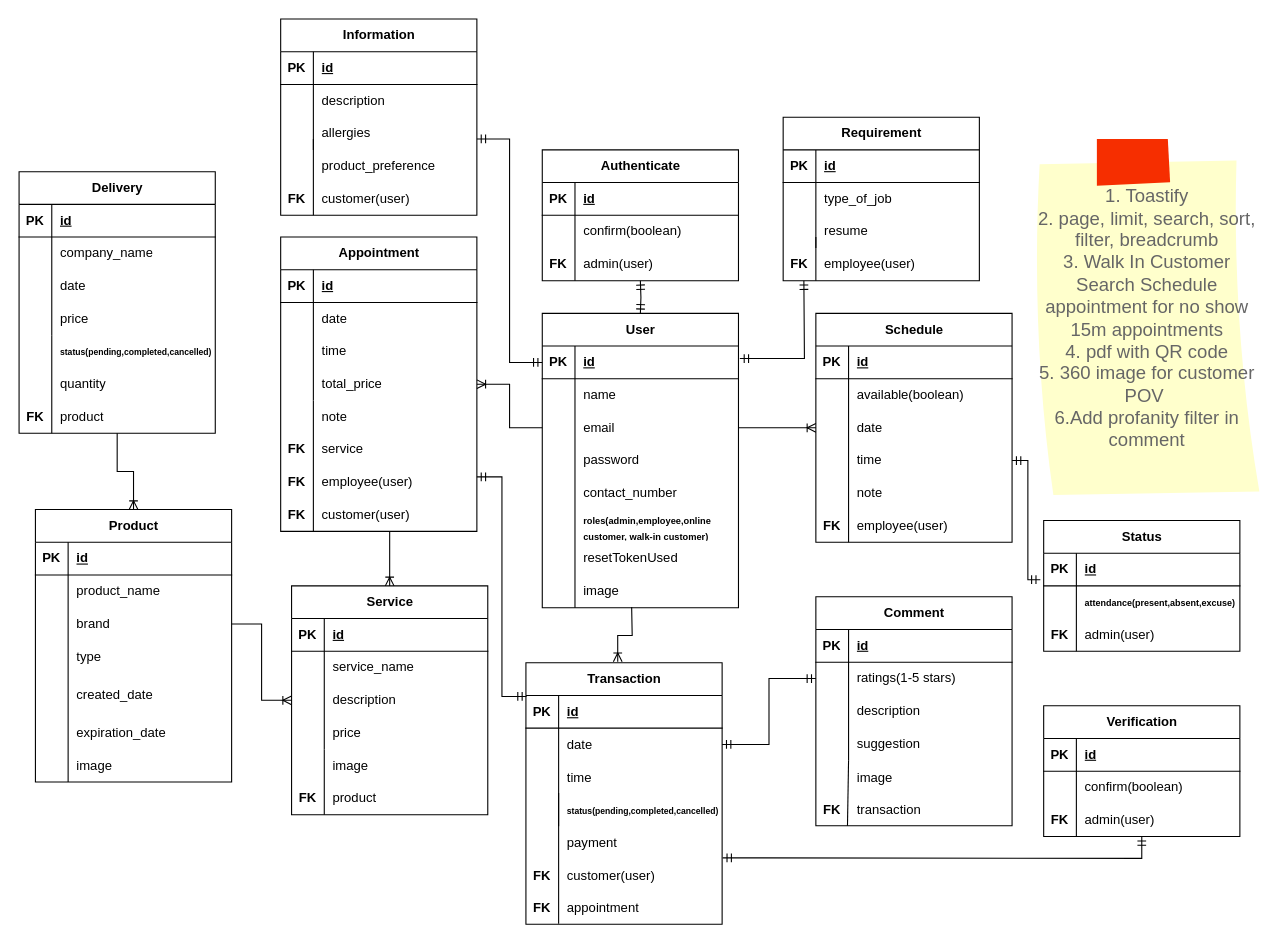
GabTheGreat25/Salon-Api keeps this draw.io diagram as erd/Salon-Erd.drawio. Above is the earlier version. Source tidied: cells renumbered, new cells numbered last; positions are measured from the earlier drawing's top-left corner, leaving out a move shared by most shapes. Both pictures are drawn from the tidied source at 109%, with x=0, y=0 at pixel (19, 19).
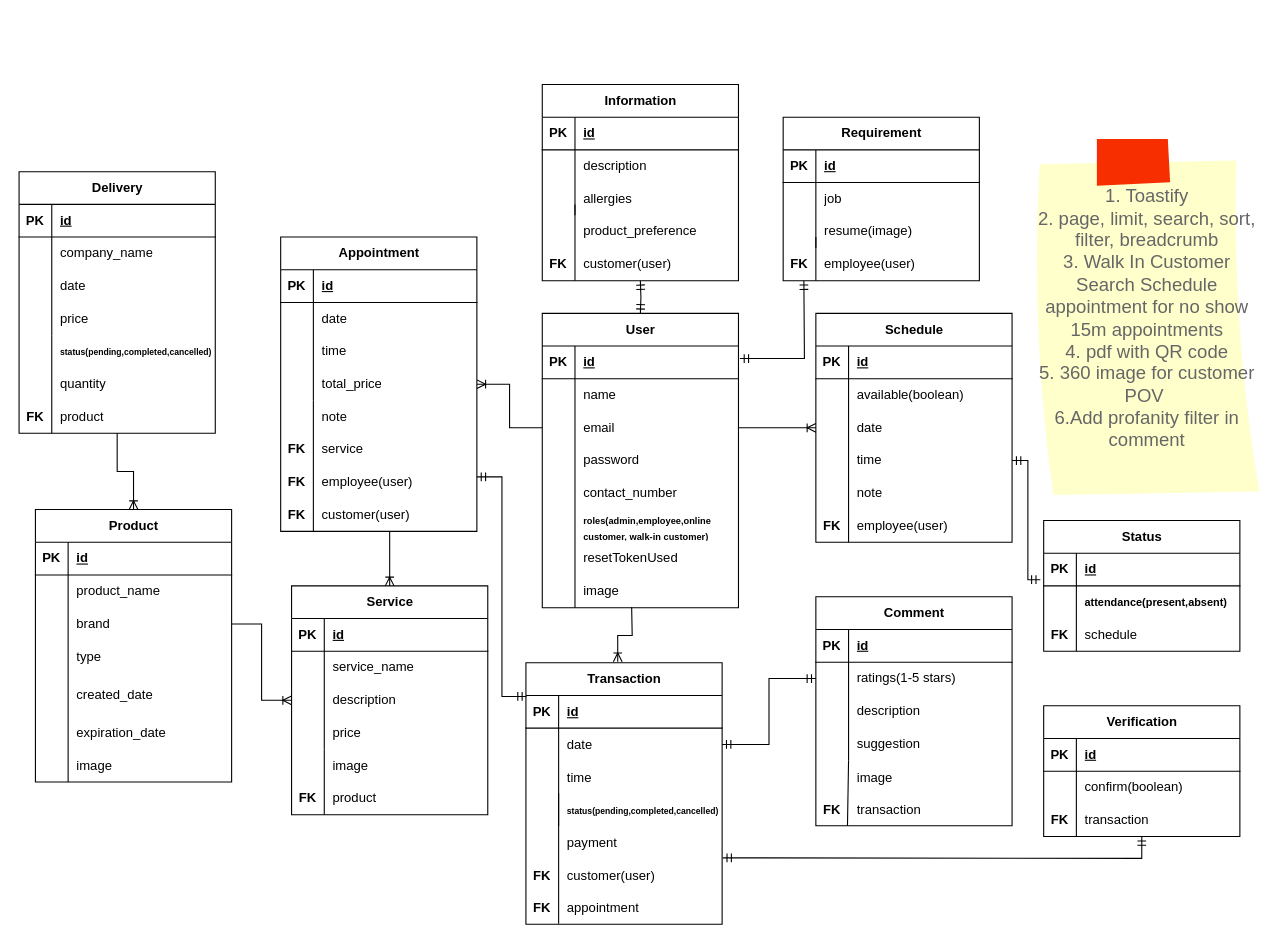
The same page after the edit.

The change refers to these unchanged cells:
```xml
<mxCell id="3" style="shape=tableRow;horizontal=0;startSize=0;swimlaneHead=0;swimlaneBody=0;fillColor=none;points=[[0,0.5],[1,0.5]];portConstraint=eastwest;top=0;left=0;right=0;bottom=1;" parent="2" vertex="1">
  <mxGeometry y="30" width="180" height="30" as="geometry" />
</mxCell>
<mxCell id="166" style="shape=tableRow;horizontal=0;startSize=0;swimlaneHead=0;swimlaneBody=0;fillColor=none;top=0;left=0;right=0;bottom=0;" parent="162" vertex="1">
  <mxGeometry y="60" width="180" height="30" as="geometry" />
</mxCell>
<mxCell id="194" style="shape=tableRow;horizontal=0;startSize=0;swimlaneHead=0;swimlaneBody=0;fillColor=none;top=0;left=0;right=0;bottom=0;" parent="190" vertex="1">
  <mxGeometry y="60" width="180" height="30" as="geometry" />
</mxCell>
```

What changed in the source:
```diff
@@
-    <mxCell id="160" value="&lt;span style=&quot;border-color: var(--border-color);&quot;&gt;admin(user)&amp;nbsp;&lt;/span&gt;" style="shape=partialRectangle;fillColor=none;top=0;left=0;bottom=0;right=0;align=left;spacingLeft=6;overflow=hidden;whiteSpace=wrap;html=1;" parent="1" vertex="1">
+    <mxCell id="160" value="&lt;span style=&quot;border-color: var(--border-color);&quot;&gt;transaction&lt;/span&gt;" style="shape=partialRectangle;fillColor=none;top=0;left=0;bottom=0;right=0;align=left;spacingLeft=6;overflow=hidden;whiteSpace=wrap;html=1;" parent="1" vertex="1">
       <mxGeometry x="970" y="720" width="150" height="30" as="geometry" />
     </mxCell>
@@
-    <mxCell id="168" value="&lt;b style=&quot;border-color: var(--border-color); font-size: 8.25px;&quot;&gt;attendance(present,absent,excuse)&lt;/b&gt;" style="shape=partialRectangle;fillColor=none;top=0;left=0;bottom=0;right=0;align=left;spacingLeft=6;overflow=hidden;whiteSpace=wrap;html=1;" parent="166" vertex="1">
+    <mxCell id="168" value="&lt;b style=&quot;border-color: var(--border-color);&quot;&gt;&lt;font style=&quot;font-size: 10px;&quot;&gt;attendance(present,absent)&lt;/font&gt;&lt;/b&gt;" style="shape=partialRectangle;fillColor=none;top=0;left=0;bottom=0;right=0;align=left;spacingLeft=6;overflow=hidden;whiteSpace=wrap;html=1;" parent="166" vertex="1">
       <mxGeometry x="30" width="150" height="30" as="geometry" />
     </mxCell>
@@
-    <mxCell id="174" value="admin(user)" style="shape=partialRectangle;fillColor=none;top=0;left=0;bottom=0;right=0;align=left;spacingLeft=6;overflow=hidden;whiteSpace=wrap;html=1;" parent="1" vertex="1">
+    <mxCell id="174" value="schedule" style="shape=partialRectangle;fillColor=none;top=0;left=0;bottom=0;right=0;align=left;spacingLeft=6;overflow=hidden;whiteSpace=wrap;html=1;" parent="1" vertex="1">
       <mxGeometry x="970" y="550" width="150" height="30" as="geometry" />
     </mxCell>
@@
-    <mxCell id="177" value="Authenticate" style="shape=table;startSize=30;childLayout=tableLayout;rowLines=0;fontStyle=1;align=center;html=1;" parent="1" vertex="1">
-      <mxGeometry x="480" y="120" width="180" height="120" as="geometry" />
-    </mxCell>
-    <mxCell id="178" style="shape=tableRow;horizontal=0;startSize=0;swimlaneHead=0;swimlaneBody=0;fillColor=none;top=0;left=0;right=0;bottom=1;" parent="177" vertex="1">
-      <mxGeometry y="30" width="180" height="30" as="geometry" />
-    </mxCell>
-    <mxCell id="179" value="PK" style="shape=partialRectangle;fillColor=none;top=0;left=0;bottom=0;right=0;fontStyle=1;overflow=hidden;whiteSpace=wrap;html=1;" parent="178" vertex="1">
-      <mxGeometry width="30" height="30" as="geometry" />
-    </mxCell>
-    <mxCell id="180" value="id" style="shape=partialRectangle;fillColor=none;top=0;left=0;bottom=0;right=0;align=left;spacingLeft=6;fontStyle=5;overflow=hidden;whiteSpace=wrap;html=1;" parent="178" vertex="1">
-      <mxGeometry x="30" width="150" height="30" as="geometry" />
-    </mxCell>
-    <mxCell id="181" style="shape=tableRow;horizontal=0;startSize=0;swimlaneHead=0;swimlaneBody=0;fillColor=none;top=0;left=0;right=0;bottom=0;" parent="177" vertex="1">
-      <mxGeometry y="60" width="180" height="30" as="geometry" />
-    </mxCell>
-    <mxCell id="182" style="shape=partialRectangle;fillColor=none;top=0;left=0;bottom=0;right=0;overflow=hidden;whiteSpace=wrap;html=1;" parent="181" vertex="1">
-      <mxGeometry width="30" height="30" as="geometry" />
-    </mxCell>
-    <mxCell id="183" value="confirm(boolean)" style="shape=partialRectangle;fillColor=none;top=0;left=0;bottom=0;right=0;align=left;spacingLeft=6;overflow=hidden;whiteSpace=wrap;html=1;" parent="181" vertex="1">
-      <mxGeometry x="30" width="150" height="30" as="geometry" />
-    </mxCell>
-    <mxCell id="184" style="shape=tableRow;horizontal=0;startSize=0;swimlaneHead=0;swimlaneBody=0;fillColor=none;top=0;left=0;right=0;bottom=0;" parent="177" vertex="1">
-      <mxGeometry y="90" width="180" height="30" as="geometry" />
-    </mxCell>
-    <mxCell id="185" style="shape=partialRectangle;fillColor=none;top=0;left=0;bottom=0;right=0;overflow=hidden;whiteSpace=wrap;html=1;" parent="184" vertex="1">
-      <mxGeometry width="30" height="30" as="geometry" />
-    </mxCell>
-    <mxCell id="186" style="shape=partialRectangle;fillColor=none;top=0;left=0;bottom=0;right=0;align=left;spacingLeft=6;overflow=hidden;whiteSpace=wrap;html=1;" parent="184" vertex="1">
-      <mxGeometry x="30" width="150" height="30" as="geometry" />
-    </mxCell>
-    <mxCell id="187" value="&lt;span style=&quot;border-color: var(--border-color);&quot;&gt;admin(user)&amp;nbsp;&lt;/span&gt;" style="shape=partialRectangle;fillColor=none;top=0;left=0;bottom=0;right=0;align=left;spacingLeft=6;overflow=hidden;whiteSpace=wrap;html=1;" parent="1" vertex="1">
-      <mxGeometry x="510" y="210" width="150" height="30" as="geometry" />
-    </mxCell>
-    <mxCell id="188" value="FK" style="shape=partialRectangle;fillColor=none;top=0;left=0;bottom=0;right=0;fontStyle=1;overflow=hidden;whiteSpace=wrap;html=1;" parent="1" vertex="1">
-      <mxGeometry x="480" y="210" width="30" height="30" as="geometry" />
-    </mxCell>
@@
-    <mxCell id="196" value="type_of_job" style="shape=partialRectangle;fillColor=none;top=0;left=0;bottom=0;right=0;align=left;spacingLeft=6;overflow=hidden;whiteSpace=wrap;html=1;" parent="194" vertex="1">
+    <mxCell id="196" value="job" style="shape=partialRectangle;fillColor=none;top=0;left=0;bottom=0;right=0;align=left;spacingLeft=6;overflow=hidden;whiteSpace=wrap;html=1;" parent="194" vertex="1">
       <mxGeometry x="30" width="150" height="30" as="geometry" />
     </mxCell>
@@
-    <mxCell id="208" value="&lt;span style=&quot;border-color: var(--border-color);&quot;&gt;resume&lt;/span&gt;" style="shape=partialRectangle;fillColor=none;top=0;left=0;bottom=0;right=0;align=left;spacingLeft=6;overflow=hidden;whiteSpace=wrap;html=1;" parent="1" vertex="1">
+    <mxCell id="208" value="&lt;span style=&quot;border-color: var(--border-color);&quot;&gt;resume(image)&lt;/span&gt;" style="shape=partialRectangle;fillColor=none;top=0;left=0;bottom=0;right=0;align=left;spacingLeft=6;overflow=hidden;whiteSpace=wrap;html=1;" parent="1" vertex="1">
       <mxGeometry x="731" y="180" width="150" height="30" as="geometry" />
     </mxCell>
@@
     <mxCell id="210" value="Information" style="shape=table;startSize=30;childLayout=tableLayout;rowLines=0;fontStyle=1;align=center;html=1;" parent="1" vertex="1">
-      <mxGeometry x="240" width="180" height="180" as="geometry" />
+      <mxGeometry x="480" y="60" width="180" height="180" as="geometry" />
     </mxCell>
@@
     <mxCell id="220" value="&lt;span style=&quot;border-color: var(--border-color);&quot;&gt;customer(user)&amp;nbsp;&lt;/span&gt;" style="shape=partialRectangle;fillColor=none;top=0;left=0;bottom=0;right=0;align=left;spacingLeft=6;overflow=hidden;whiteSpace=wrap;html=1;" parent="1" vertex="1">
-      <mxGeometry x="270" y="150" width="150" height="30" as="geometry" />
+      <mxGeometry x="510" y="210" width="150" height="30" as="geometry" />
     </mxCell>
     <mxCell id="221" value="FK" style="shape=partialRectangle;fillColor=none;top=0;left=0;bottom=0;right=0;fontStyle=1;overflow=hidden;whiteSpace=wrap;html=1;" parent="1" vertex="1">
-      <mxGeometry x="240" y="150" width="30" height="30" as="geometry" />
+      <mxGeometry x="480" y="210" width="30" height="30" as="geometry" />
     </mxCell>
     <mxCell id="222" style="endArrow=none;html=1;rounded=0;" parent="1" edge="1">
       <mxGeometry relative="1" as="geometry">
-        <mxPoint x="270" y="110" as="sourcePoint" />
-        <mxPoint x="270" y="180" as="targetPoint" />
+        <mxPoint x="510" y="170" as="sourcePoint" />
+        <mxPoint x="510" y="240" as="targetPoint" />
       </mxGeometry>
     </mxCell>
     <mxCell id="223" value="&lt;span style=&quot;border-color: var(--border-color);&quot;&gt;allergies&lt;/span&gt;" style="shape=partialRectangle;fillColor=none;top=0;left=0;bottom=0;right=0;align=left;spacingLeft=6;overflow=hidden;whiteSpace=wrap;html=1;" parent="1" vertex="1">
-      <mxGeometry x="270" y="90" width="150" height="30" as="geometry" />
+      <mxGeometry x="510" y="150" width="150" height="30" as="geometry" />
     </mxCell>
     <mxCell id="224" value="&lt;span style=&quot;border-color: var(--border-color);&quot;&gt;product_preference&lt;/span&gt;" style="shape=partialRectangle;fillColor=none;top=0;left=0;bottom=0;right=0;align=left;spacingLeft=6;overflow=hidden;whiteSpace=wrap;html=1;" parent="1" vertex="1">
-      <mxGeometry x="270" y="120" width="150" height="30" as="geometry" />
+      <mxGeometry x="510" y="180" width="150" height="30" as="geometry" />
     </mxCell>
-    <mxCell id="225" style="fontSize=12;html=1;endArrow=ERmandOne;startArrow=ERmandOne;rounded=0;edgeStyle=elbowEdgeStyle;exitX=0;exitY=0.5;exitDx=0;exitDy=0;" parent="1" edge="1" source="3">
-      <mxGeometry relative="1" as="geometry">
-        <mxPoint x="420" y="110" as="targetPoint" />
-      </mxGeometry>
-    </mxCell>
```
